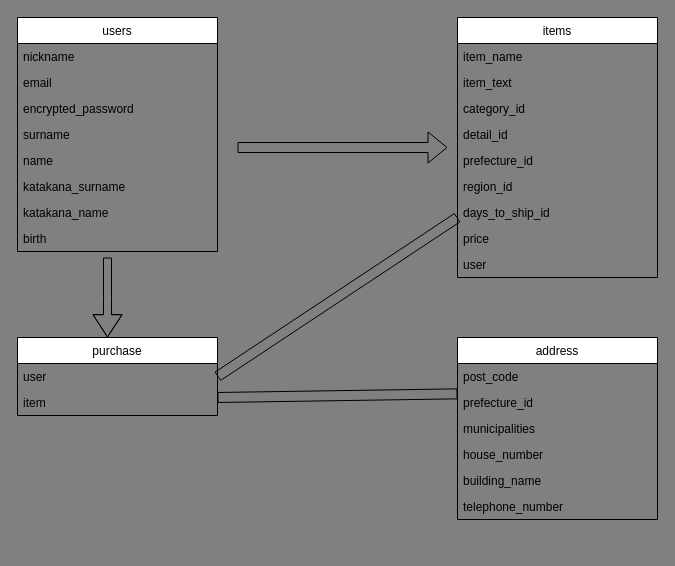
Above: ER図.dio in takanashi11/furima-39315 (draw.io), before the change. Source tidied: cells renumbered, new cells numbered last; positions are measured from the earlier drawing's top-left corner, leaving out a move shared by most shapes. Both pictures are drawn from the tidied source at 100%, with x=0, y=0 at pixel (17, 17).
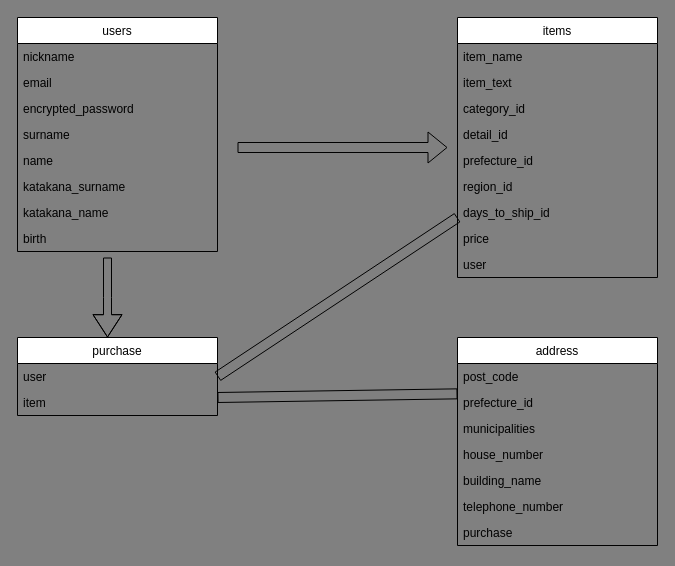
The same diagram, later.

What changed in the source:
```diff
@@
     <mxCell id="15" value="address" style="swimlane;fontStyle=0;horizontal=1;startSize=26;" parent="1" vertex="1">
-      <mxGeometry x="440" y="320" width="200" height="182" as="geometry" />
+      <mxGeometry x="440" y="320" width="200" height="208" as="geometry" />
     </mxCell>
@@
+    <mxCell id="35" value="purchase" style="text;align=left;verticalAlign=top;spacingLeft=4;spacingRight=4;overflow=hidden;whiteSpace=wrap;" parent="15" vertex="1">
+      <mxGeometry y="182" width="200" height="26" as="geometry" />
+    </mxCell>
```
